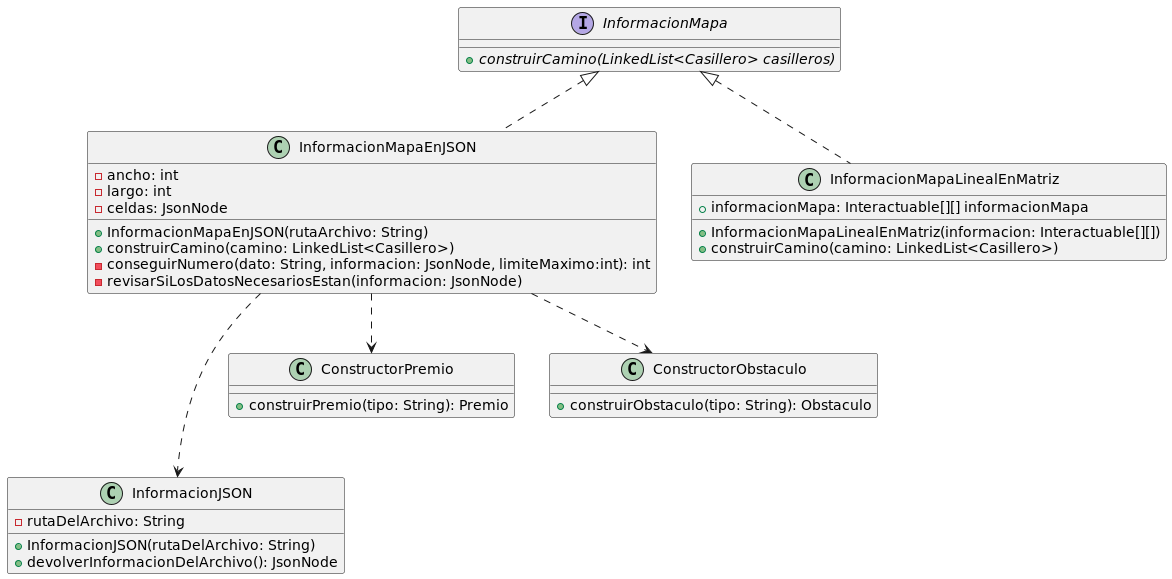
CrissRMFI/TP2-AlgoIII keeps this PlantUML diagram as diagrams/classes/DiagramasAlgoRoma/InformacionMapa.png. Above is the earlier version.
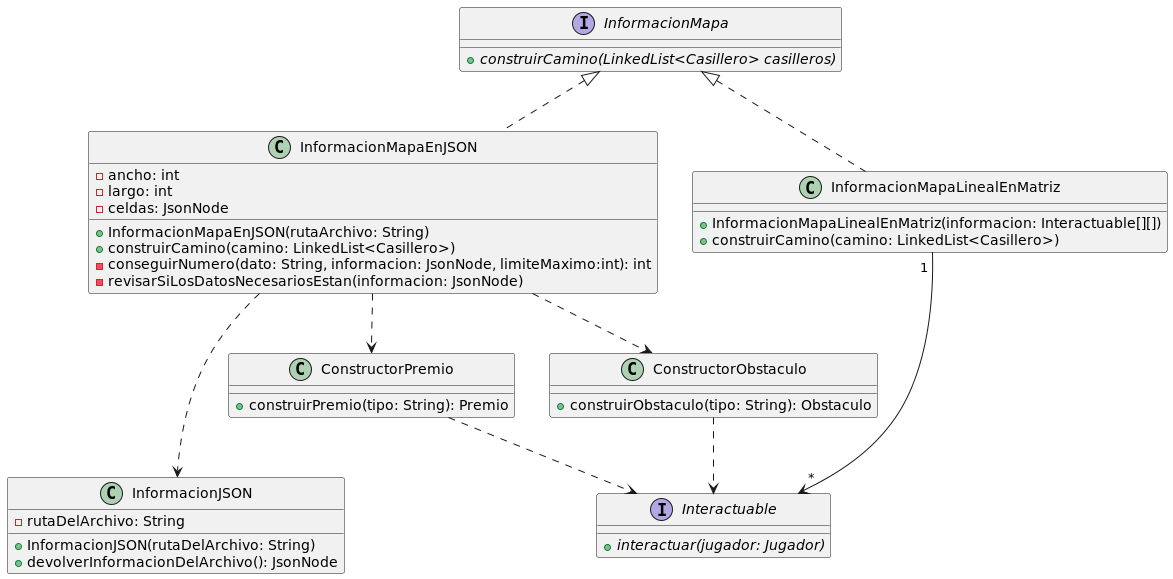
After the change.

Diff of the diagram source:
```diff
@@ -29,11 +29,13 @@
 }
 
 class InformacionMapaLinealEnMatriz{
-    +informacionMapa: Interactuable[][] informacionMapa
     +InformacionMapaLinealEnMatriz(informacion: Interactuable[][])
     +construirCamino(camino: LinkedList<Casillero>)
 }
 
+interface Interactuable{
+    +{abstract} interactuar(jugador: Jugador)
+}
 
 InformacionMapa <|.. InformacionMapaEnJSON
 InformacionMapa <|.. InformacionMapaLinealEnMatriz
@@ -42,4 +44,9 @@
 InformacionMapaEnJSON ..> ConstructorObstaculo
 InformacionMapaEnJSON ..> ConstructorPremio
 
+ConstructorObstaculo ..> Interactuable
+ConstructorPremio ..> Interactuable
+
+InformacionMapaLinealEnMatriz "1 " --> "*" Interactuable
+
 @enduml
```
